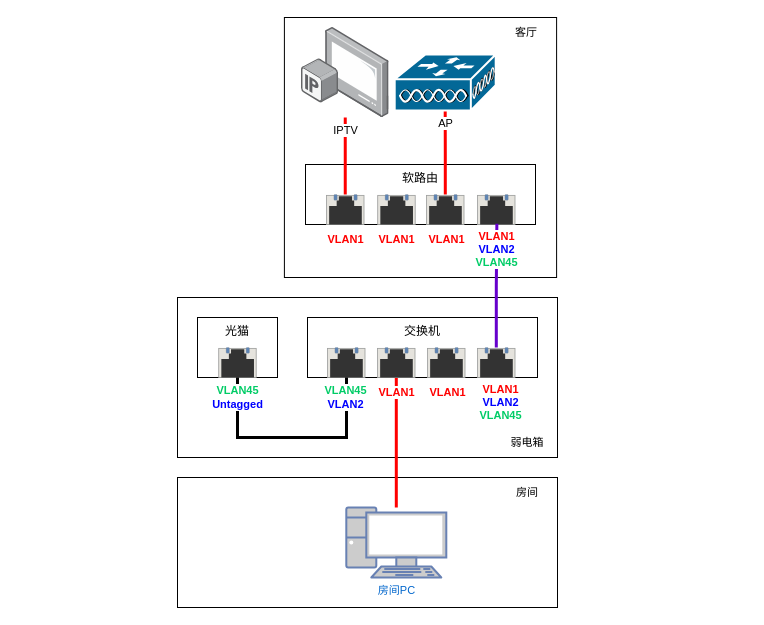
This is docs/draw/家庭网络.drawio from MinChiang/blog, a draw.io file, before an edit. Source tidied: cells renumbered, new cells numbered last; positions are measured from the earlier drawing's top-left corner, leaving out a move shared by most shapes. Both pictures are drawn from the tidied source at 100%, with x=0, y=0 at pixel (177, 17).
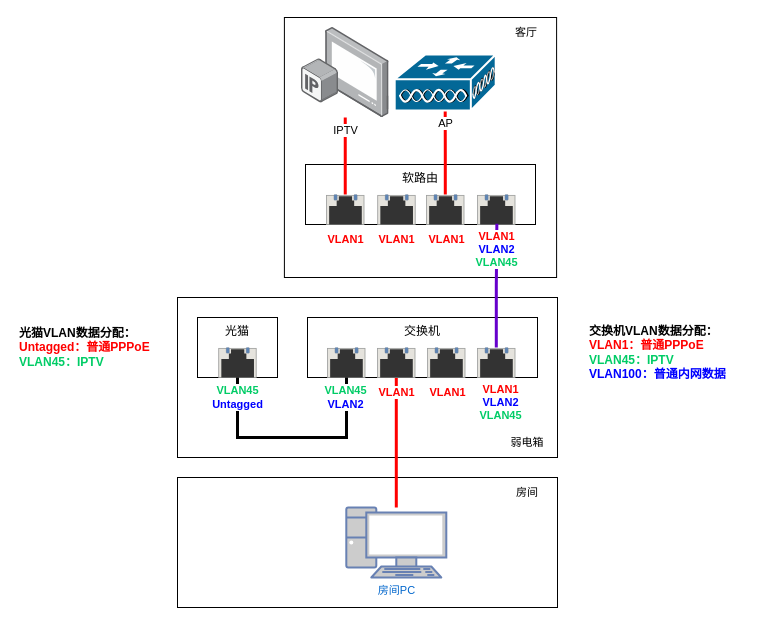
After the change.

What changed in the source:
```diff
@@
+    <mxCell id="38" value="&lt;b&gt;交换机VLAN数据分配：&lt;/b&gt;&lt;div&gt;&lt;font style=&quot;color: rgb(255, 0, 0);&quot;&gt;&lt;b&gt;VLAN1：普通PPPoE&lt;/b&gt;&lt;/font&gt;&lt;/div&gt;&lt;div&gt;&lt;font style=&quot;color: rgb(0, 204, 102);&quot;&gt;&lt;b&gt;VLAN45：IPTV&lt;/b&gt;&lt;/font&gt;&lt;/div&gt;&lt;div&gt;&lt;font style=&quot;color: rgb(0, 0, 255);&quot;&gt;&lt;b&gt;VLAN100：普通内网数据&lt;/b&gt;&lt;/font&gt;&lt;/div&gt;" style="text;html=1;align=left;verticalAlign=middle;strokeColor=none;fillColor=none;" parent="1" vertex="1">
+      <mxGeometry x="410" y="300" width="160" height="70" as="geometry" />
+    </mxCell>
+    <mxCell id="39" value="&lt;b&gt;光猫VLAN数据分配：&lt;/b&gt;&lt;div&gt;&lt;font style=&quot;color: rgb(255, 0, 0);&quot;&gt;&lt;b&gt;Untagged：普通PPPoE&lt;/b&gt;&lt;/font&gt;&lt;/div&gt;&lt;div&gt;&lt;font style=&quot;color: rgb(0, 204, 102);&quot;&gt;&lt;b&gt;VLAN45：IPTV&lt;/b&gt;&lt;/font&gt;&lt;/div&gt;" style="text;html=1;align=left;verticalAlign=middle;strokeColor=none;fillColor=none;" parent="1" vertex="1">
+      <mxGeometry x="-160" y="300" width="150" height="60" as="geometry" />
+    </mxCell>
```
